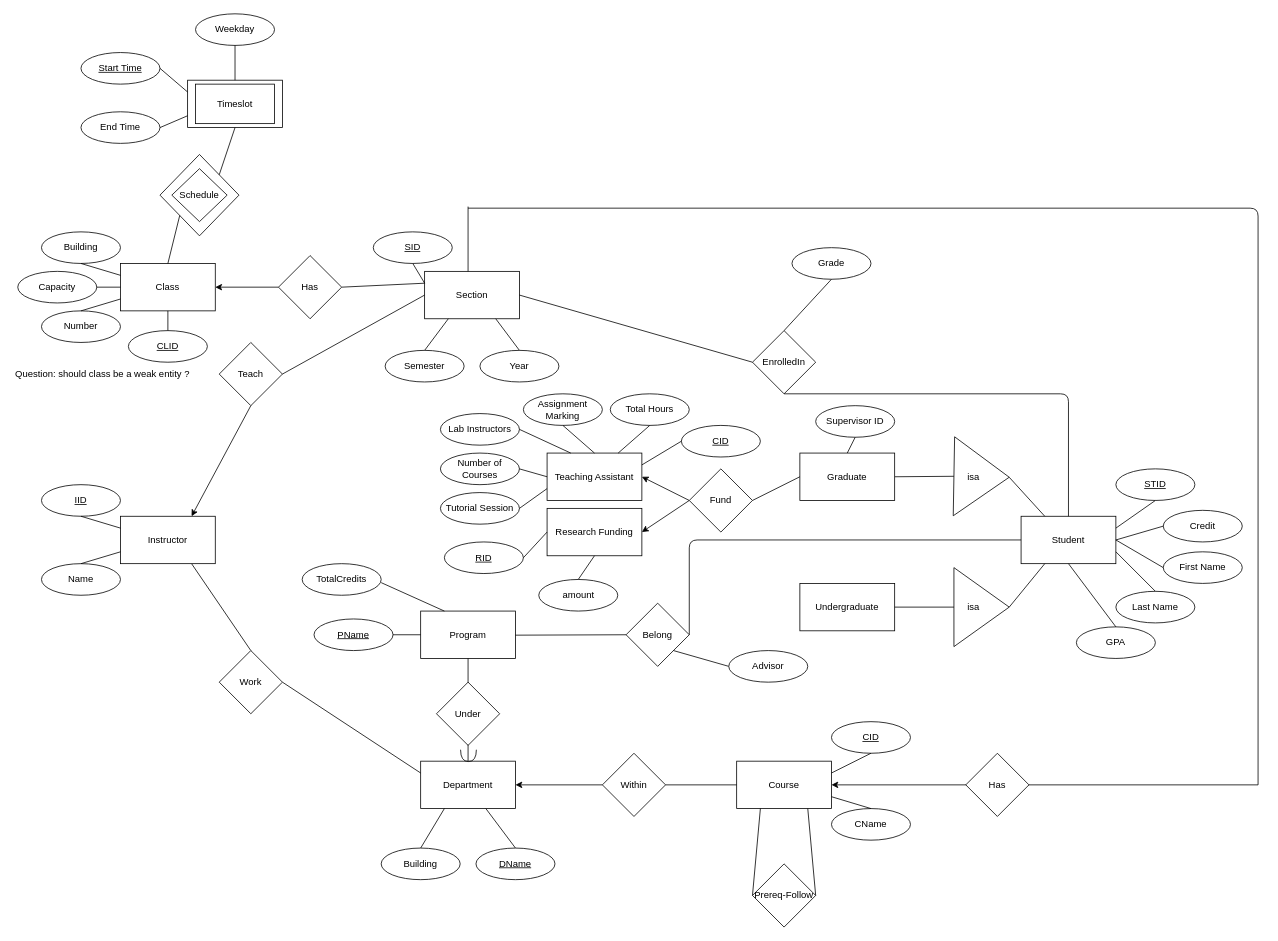
The draw.io diagram database/Diagram.drawio in DPigeon/University-Database, before the edit. Source tidied: cells renumbered, new cells numbered last; positions are measured from the earlier drawing's top-left corner, leaving out a move shared by most shapes. Both pictures are drawn from the tidied source at 79%, with x=0, y=0 at pixel (13, 13).
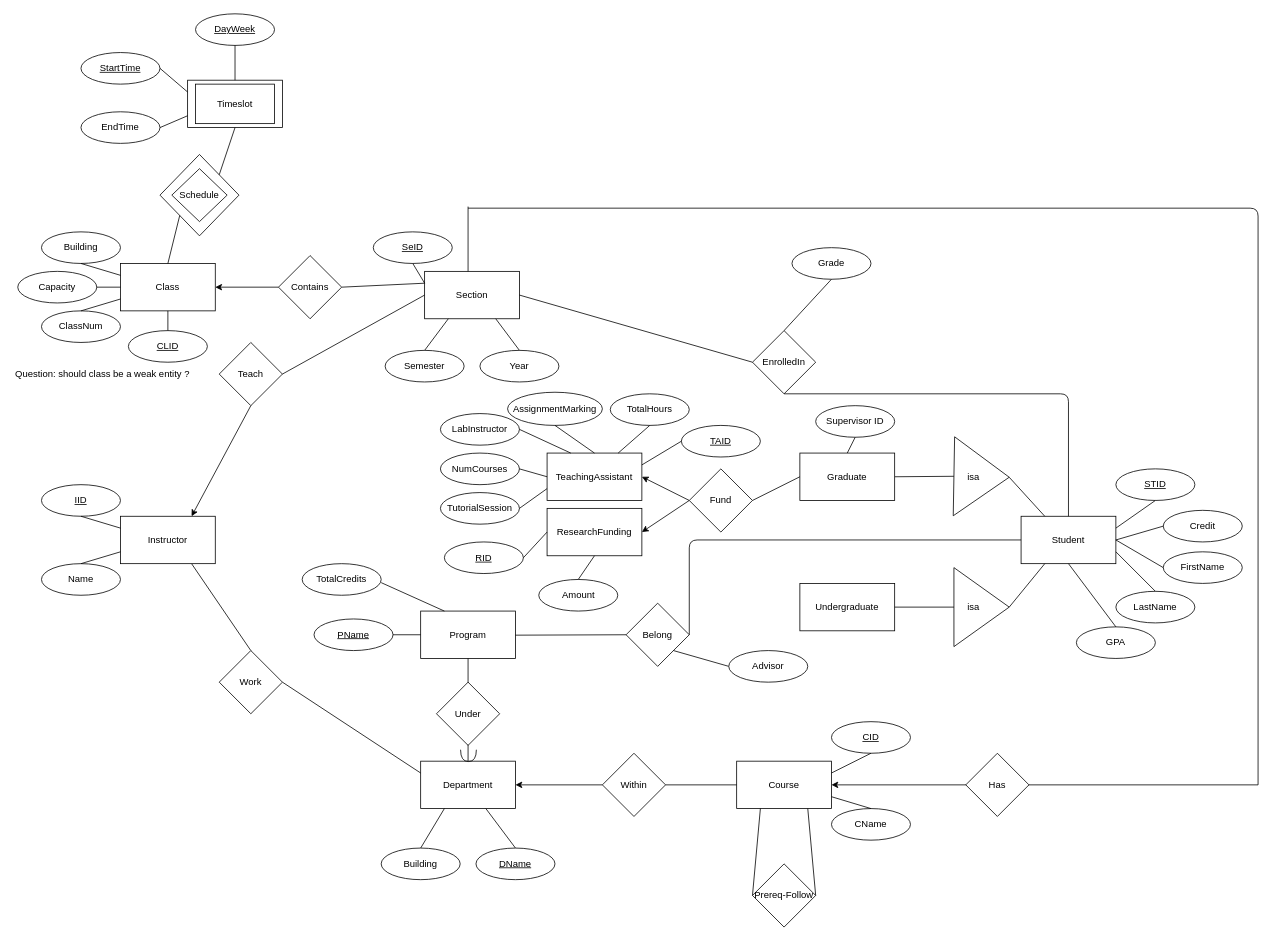
Above is the later version.

Commit message (it also covers changes not shown here):
SQL Queries, Diagram & Tables

Diff of the diagram source:
```diff
@@
-    <mxCell id="29" value="First Name" style="ellipse;whiteSpace=wrap;html=1;" parent="1" vertex="1">
+    <mxCell id="29" value="FirstName" style="ellipse;whiteSpace=wrap;html=1;" parent="1" vertex="1">
       <mxGeometry x="1455" y="681" width="100" height="40" as="geometry" />
     </mxCell>
-    <mxCell id="30" value="Last Name" style="ellipse;whiteSpace=wrap;html=1;" parent="1" vertex="1">
+    <mxCell id="30" value="LastName" style="ellipse;whiteSpace=wrap;html=1;" parent="1" vertex="1">
       <mxGeometry x="1395" y="731" width="100" height="40" as="geometry" />
     </mxCell>
@@
-    <mxCell id="49" value="&lt;u&gt;SID&lt;/u&gt;" style="ellipse;whiteSpace=wrap;html=1;" parent="1" vertex="1">
+    <mxCell id="49" value="&lt;u&gt;SeID&lt;/u&gt;" style="ellipse;whiteSpace=wrap;html=1;" parent="1" vertex="1">
       <mxGeometry x="455" y="276" width="100" height="40" as="geometry" />
     </mxCell>
@@
-    <mxCell id="51" value="Has" style="rhombus;whiteSpace=wrap;html=1;" parent="1" vertex="1">
+    <mxCell id="51" value="Contains" style="rhombus;whiteSpace=wrap;html=1;" parent="1" vertex="1">
       <mxGeometry x="335" y="306" width="80" height="80" as="geometry" />
     </mxCell>
@@
-    <mxCell id="55" value="Number" style="ellipse;whiteSpace=wrap;html=1;" parent="1" vertex="1">
+    <mxCell id="55" value="ClassNum" style="ellipse;whiteSpace=wrap;html=1;" parent="1" vertex="1">
       <mxGeometry x="35" y="376" width="100" height="40" as="geometry" />
     </mxCell>
@@
-    <mxCell id="58" value="&lt;u&gt;Start Time&lt;/u&gt;" style="ellipse;whiteSpace=wrap;html=1;" parent="1" vertex="1">
+    <mxCell id="58" value="&lt;u&gt;StartTime&lt;/u&gt;" style="ellipse;whiteSpace=wrap;html=1;" parent="1" vertex="1">
       <mxGeometry x="85" y="49" width="100" height="40" as="geometry" />
     </mxCell>
-    <mxCell id="59" value="End Time" style="ellipse;whiteSpace=wrap;html=1;" parent="1" vertex="1">
+    <mxCell id="59" value="EndTime" style="ellipse;whiteSpace=wrap;html=1;" parent="1" vertex="1">
       <mxGeometry x="85" y="124" width="100" height="40" as="geometry" />
     </mxCell>
@@
-    <mxCell id="64" value="Research Funding" style="rounded=0;whiteSpace=wrap;html=1;" parent="1" vertex="1">
+    <mxCell id="64" value="ResearchFunding" style="rounded=0;whiteSpace=wrap;html=1;" parent="1" vertex="1">
       <mxGeometry x="675" y="626" width="120" height="60" as="geometry" />
     </mxCell>
-    <mxCell id="65" value="Teaching Assistant" style="rounded=0;whiteSpace=wrap;html=1;" parent="1" vertex="1">
+    <mxCell id="65" value="TeachingAssistant" style="rounded=0;whiteSpace=wrap;html=1;" parent="1" vertex="1">
       <mxGeometry x="675" y="556" width="120" height="60" as="geometry" />
     </mxCell>
@@
-    <mxCell id="73" value="Tutorial Session" style="ellipse;whiteSpace=wrap;html=1;" parent="1" vertex="1">
+    <mxCell id="73" value="TutorialSession" style="ellipse;whiteSpace=wrap;html=1;" parent="1" vertex="1">
       <mxGeometry x="540" y="606" width="100" height="40" as="geometry" />
     </mxCell>
-    <mxCell id="74" value="Lab Instructors" style="ellipse;whiteSpace=wrap;html=1;" parent="1" vertex="1">
+    <mxCell id="74" value="LabInstructor" style="ellipse;whiteSpace=wrap;html=1;" parent="1" vertex="1">
       <mxGeometry x="540" y="506" width="100" height="40" as="geometry" />
     </mxCell>
-    <mxCell id="75" value="Assignment Marking" style="ellipse;whiteSpace=wrap;html=1;" parent="1" vertex="1">
-      <mxGeometry x="645" y="481" width="100" height="40" as="geometry" />
+    <mxCell id="75" value="AssignmentMarking" style="ellipse;whiteSpace=wrap;html=1;" parent="1" vertex="1">
+      <mxGeometry x="625" y="479" width="120" height="42" as="geometry" />
     </mxCell>
-    <mxCell id="76" value="Total Hours" style="ellipse;whiteSpace=wrap;html=1;" parent="1" vertex="1">
+    <mxCell id="76" value="TotalHours" style="ellipse;whiteSpace=wrap;html=1;" parent="1" vertex="1">
       <mxGeometry x="755" y="481" width="100" height="40" as="geometry" />
     </mxCell>
-    <mxCell id="77" value="Number of Courses" style="ellipse;whiteSpace=wrap;html=1;" parent="1" vertex="1">
+    <mxCell id="77" value="NumCourses" style="ellipse;whiteSpace=wrap;html=1;" parent="1" vertex="1">
       <mxGeometry x="540" y="556" width="100" height="40" as="geometry" />
     </mxCell>
@@
-    <mxCell id="105" value="&lt;u&gt;CID&lt;br&gt;&lt;/u&gt;" style="ellipse;whiteSpace=wrap;html=1;" parent="1" vertex="1">
+    <mxCell id="105" value="&lt;u&gt;TAID&lt;br&gt;&lt;/u&gt;" style="ellipse;whiteSpace=wrap;html=1;" parent="1" vertex="1">
       <mxGeometry x="845" y="521" width="100" height="40" as="geometry" />
     </mxCell>
@@
-    <mxCell id="117" value="Weekday" style="ellipse;whiteSpace=wrap;html=1;" parent="1" vertex="1">
+    <mxCell id="117" value="&lt;u&gt;DayWeek&lt;/u&gt;" style="ellipse;whiteSpace=wrap;html=1;" parent="1" vertex="1">
       <mxGeometry x="230" width="100" height="40" as="geometry" />
     </mxCell>
@@
-    <mxCell id="122" value="amount" style="ellipse;whiteSpace=wrap;html=1;" parent="1" vertex="1">
+    <mxCell id="122" value="Amount" style="ellipse;whiteSpace=wrap;html=1;" parent="1" vertex="1">
       <mxGeometry x="664.5" y="716" width="100" height="40" as="geometry" />
     </mxCell>
```
